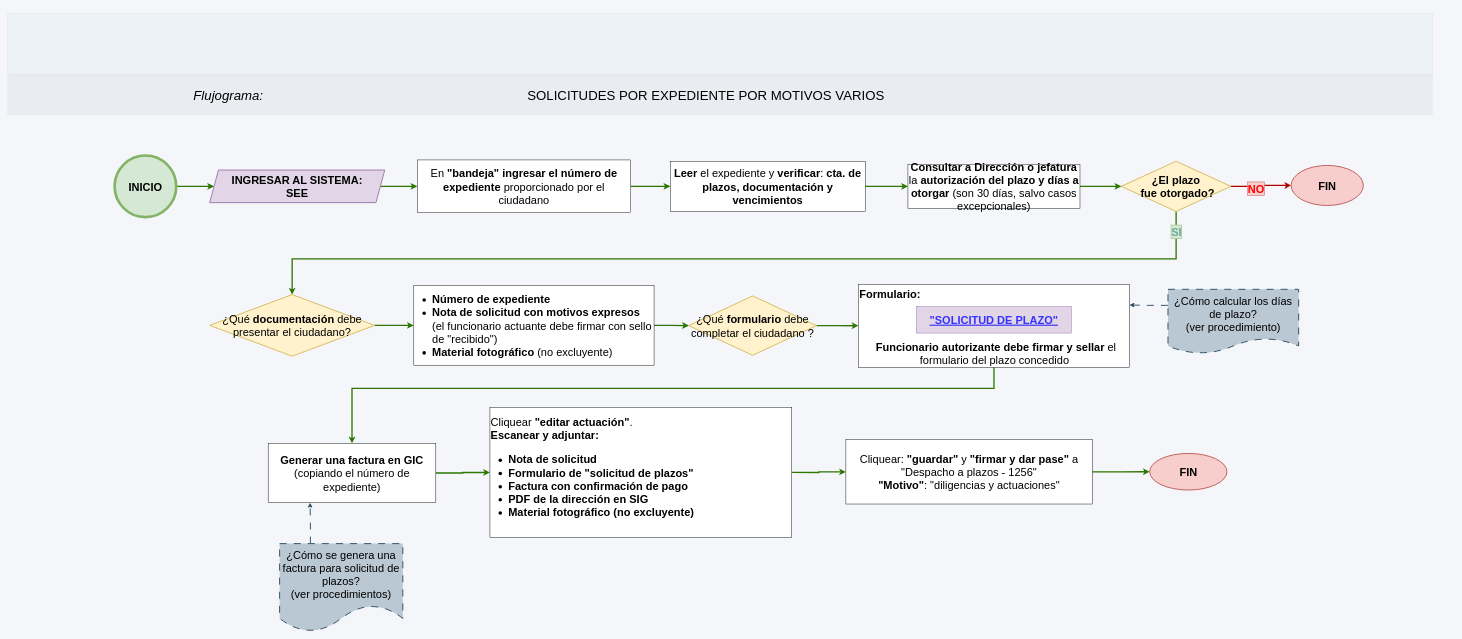
Earlier version of the draw.io diagram page "Plazos (motivos varios)" (1 of 3) of PLAZOS_motivos_varios/Plazo por motivos varios.drawio (adlc20/Manual_de_procedimientos_ccz9). Source tidied: cells renumbered, new cells numbered last; positions are measured from the earlier drawing's top-left corner, leaving out a move shared by most shapes. Both pictures are drawn from the tidied source at 44%, with x=0, y=0 at pixel (7, 13).
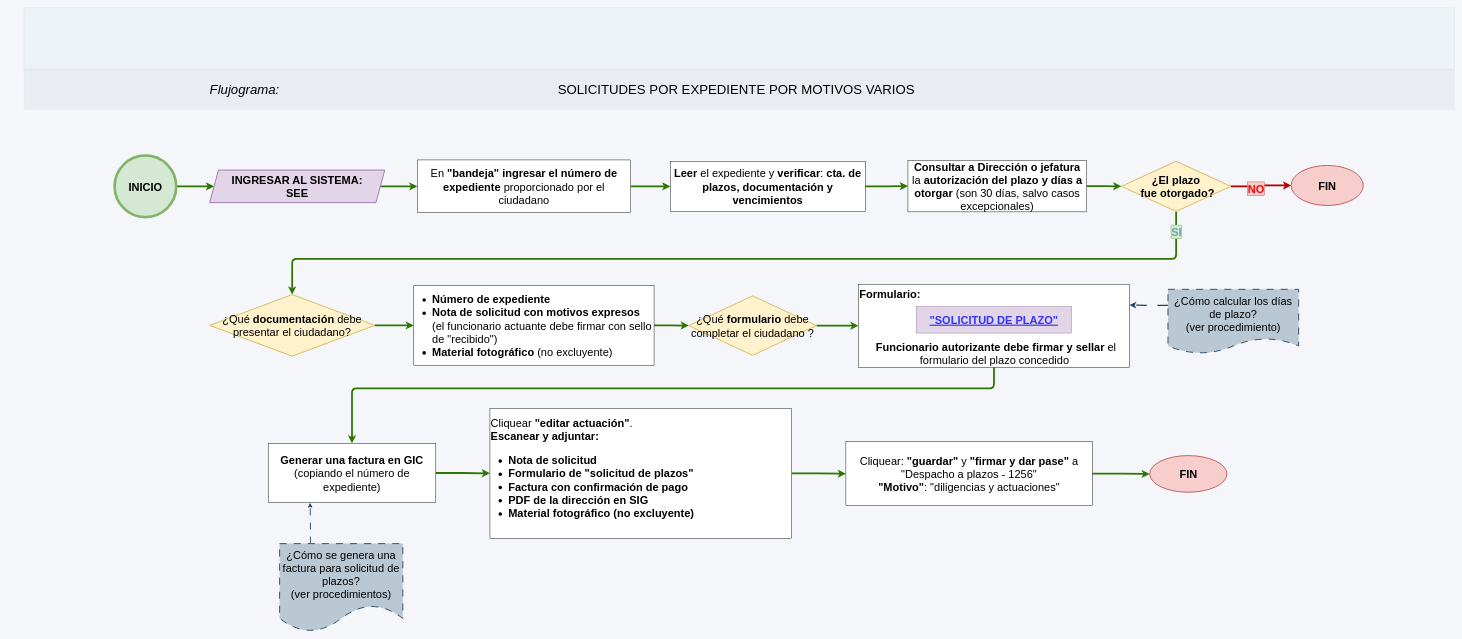
The same page after the edit.

Unchanged cells that the change refers to:
```xml
<mxCell id="7" value="&lt;font&gt;INICIO&lt;/font&gt;" style="ellipse;whiteSpace=wrap;html=1;fillColor=#d5e8d4;strokeColor=#82b366;strokeWidth=6;fontStyle=1;fontSize=25;" parent="1" vertex="1">
  <mxGeometry x="243" y="323" width="140" height="140" as="geometry" />
</mxCell>
<mxCell id="9" value="&lt;span&gt;&lt;b&gt;INGRESAR AL SISTEMA:&lt;/b&gt;&lt;/span&gt;&lt;div&gt;&lt;span&gt;&lt;b&gt;SEE&lt;/b&gt;&lt;/span&gt;&lt;/div&gt;" style="shape=parallelogram;perimeter=parallelogramPerimeter;whiteSpace=wrap;html=1;fixedSize=1;fillColor=#e1d5e7;strokeColor=#9673a6;strokeWidth=2;fontSize=25;" parent="1" vertex="1">
  <mxGeometry x="459" y="356" width="398" height="74" as="geometry" />
</mxCell>
<mxCell id="11" value="&lt;ul&gt;&lt;li&gt;&lt;font&gt;&lt;b&gt;Número de expediente&lt;/b&gt;&lt;/font&gt;&lt;/li&gt;&lt;li&gt;&lt;font&gt;&lt;b&gt;Nota de solicitud con motivos expresos &lt;/b&gt;(el funcionario actuante debe firmar con sello de &quot;recibido&quot;)&lt;/font&gt;&lt;/li&gt;&lt;li&gt;&lt;font&gt;&lt;b&gt;Material fotográfico &lt;/b&gt;(no excluyente)&lt;/font&gt;&lt;/li&gt;&lt;/ul&gt;" style="rounded=0;whiteSpace=wrap;html=1;align=left;fontSize=25;" parent="1" vertex="1">
  <mxGeometry x="923" y="618.5" width="546" height="181" as="geometry" />
</mxCell>
<mxCell id="13" value="&lt;font&gt;¿Qué &lt;b&gt;documentación&lt;/b&gt; debe presentar el ciudadano?&lt;/font&gt;" style="rhombus;whiteSpace=wrap;html=1;shapeInside=1;fillColor=#fff2cc;strokeColor=#d6b656;strokeWidth=2;align=center;fontSize=25;" parent="1" vertex="1">
  <mxGeometry x="459" y="639" width="375" height="140" as="geometry" />
</mxCell>
<mxCell id="15" value="&lt;span&gt;¿Qué&amp;nbsp;&lt;b&gt;formulario &lt;/b&gt;debe completar el ciudadano ?&lt;/span&gt;" style="rhombus;whiteSpace=wrap;html=1;fillColor=#fff2cc;strokeColor=#d6b656;strokeWidth=2;fontSize=25;" parent="1" vertex="1">
  <mxGeometry x="1548" y="642" width="290" height="135" as="geometry" />
</mxCell>
<mxCell id="17" value="&lt;b&gt;&lt;font&gt;Formulario&lt;/font&gt;:&lt;/b&gt;&lt;div&gt;&lt;br&gt;&lt;/div&gt;&lt;div style=&quot;text-align: center;&quot;&gt;&lt;br&gt;&lt;/div&gt;&lt;div style=&quot;text-align: center;&quot;&gt;&lt;br&gt;&lt;/div&gt;&lt;div style=&quot;text-align: center;&quot;&gt;&lt;span style=&quot;background-color: transparent; color: light-dark(rgb(0, 0, 0), rgb(255, 255, 255));&quot;&gt;&amp;nbsp;&lt;/span&gt;&lt;b style=&quot;background-color: transparent; color: light-dark(rgb(0, 0, 0), rgb(255, 255, 255));&quot;&gt;Funcionario autorizante debe firmar y sellar&lt;/b&gt;&lt;span style=&quot;background-color: transparent; color: light-dark(rgb(0, 0, 0), rgb(255, 255, 255));&quot;&gt; el formulario del plazo concedido&lt;/span&gt;&lt;/div&gt;" style="rounded=0;whiteSpace=wrap;html=1;align=left;verticalAlign=top;fontSize=25;" parent="1" vertex="1">
  <mxGeometry x="1933.5" y="615.5" width="616" height="188.8" as="geometry" />
</mxCell>
<mxCell id="23" value="&lt;span&gt;&lt;b&gt;¿El plazo&lt;/b&gt;&lt;/span&gt;&lt;div&gt;&lt;span&gt;&lt;b&gt;&amp;nbsp;fue otorgado?&lt;/b&gt;&lt;/span&gt;&lt;/div&gt;" style="rhombus;whiteSpace=wrap;html=1;fillColor=#fff2cc;strokeColor=#d6b656;strokeWidth=2;fontSize=25;" parent="1" vertex="1">
  <mxGeometry x="2531" y="336" width="249" height="114" as="geometry" />
</mxCell>
<mxCell id="27" value="&lt;span&gt;&lt;b&gt;Leer &lt;/b&gt;el expediente y &lt;b&gt;verificar&lt;/b&gt;: &lt;b&gt;cta. de plazos, documentación y vencimientos&lt;/b&gt;&lt;/span&gt;" style="rounded=0;whiteSpace=wrap;html=1;fontSize=25;" parent="1" vertex="1">
  <mxGeometry x="1506" y="336" width="443" height="114" as="geometry" />
</mxCell>
<mxCell id="29" value="&lt;div&gt;&lt;span&gt;En&amp;nbsp;&lt;b&gt;&quot;bandeja&quot;&amp;nbsp;ingresar el número de expediente &lt;/b&gt;proporcionado por el ciudadano&lt;/span&gt;&lt;/div&gt;" style="rounded=0;whiteSpace=wrap;html=1;fontSize=25;" parent="1" vertex="1">
  <mxGeometry x="931" y="333" width="485" height="120" as="geometry" />
</mxCell>
<mxCell id="33" value="&lt;span&gt;&lt;b&gt;Generar una factura&lt;/b&gt;&amp;nbsp;&lt;b&gt;en GIC&lt;/b&gt;&lt;/span&gt;&lt;div&gt;&lt;span&gt;(copiando el número de expediente)&lt;/span&gt;&lt;/div&gt;" style="rounded=0;whiteSpace=wrap;html=1;fontSize=25;" parent="1" vertex="1">
  <mxGeometry x="592" y="977" width="381" height="135" as="geometry" />
</mxCell>
<mxCell id="40" value="&lt;font&gt;¿Cómo calcular los días de plazo?&lt;/font&gt;&lt;div&gt;&lt;font&gt;(ver procedimiento)&lt;/font&gt;&lt;/div&gt;" style="shape=document;whiteSpace=wrap;html=1;boundedLbl=1;fillColor=#bac8d3;strokeColor=#23445d;strokeWidth=2;dashed=1;dashPattern=8 8;size=0.23636363636363636;fontSize=25;" parent="1" vertex="1">
  <mxGeometry x="2637" y="627" width="297" height="146" as="geometry" />
</mxCell>
<mxCell id="41" value="&lt;font&gt;&lt;b&gt;FIN&lt;/b&gt;&lt;/font&gt;" style="ellipse;whiteSpace=wrap;html=1;shapeInside=1;fillColor=#f8cecc;strokeColor=#b85450;strokeWidth=2;fontSize=25;" parent="1" vertex="1">
  <mxGeometry x="2917" y="345.5" width="164" height="91" as="geometry" />
</mxCell>
```

Change to the diagram source:
```diff
@@
     <mxCell id="2" style="verticalLabelPosition=bottom;verticalAlign=middle;html=1;shape=mxgraph.basic.patternFillRect;step=5;fillStrokeWidth=0.2;fillStrokeColor=#dddddd;fillColor=#EDF2F7;strokeWidth=0;dashed=1;dashPattern=1 4;rounded=1;align=center;fontFamily=Helvetica;fontSize=12;fontColor=#2D3748;" parent="1" vertex="1">
-      <mxGeometry width="3238" height="140" as="geometry" />
+      <mxGeometry x="37" y="-13" width="3251" height="140" as="geometry" />
     </mxCell>
     <mxCell id="3" style="verticalLabelPosition=bottom;verticalAlign=top;html=1;shape=mxgraph.basic.patternFillRect;fillStyle=auto;step=5;fillStrokeWidth=0.2;fillStrokeColor=#dddddd;fillColor=#E0E5EB;strokeWidth=0;strokeColor=default;opacity=50;fontColor=#ffffff;shadow=0;comic=0;align=center;fontFamily=Helvetica;fontSize=12;gradientColor=none;" parent="1" vertex="1">
-      <mxGeometry y="140" width="3238" height="91" as="geometry" />
+      <mxGeometry x="37" y="127" width="3251" height="91" as="geometry" />
     </mxCell>
     <mxCell id="4" value="&lt;font style=&quot;font-size: 30px;&quot;&gt;&lt;i style=&quot;&quot;&gt;Flujograma:&lt;/i&gt;&lt;/font&gt;" style="text;html=1;whiteSpace=wrap;strokeColor=none;fillColor=none;align=center;verticalAlign=middle;rounded=0;" parent="1" vertex="1">
-      <mxGeometry x="353" y="170.5" width="297" height="30" as="geometry" />
+      <mxGeometry x="390" y="157.5" width="297" height="30" as="geometry" />
     </mxCell>
     <mxCell id="5" value="&lt;font style=&quot;font-size: 30px;&quot;&gt;SOLICITUDES POR EXPEDIENTE POR MOTIVOS VARIOS&lt;/font&gt;" style="text;html=1;whiteSpace=wrap;strokeColor=none;fillColor=none;align=center;verticalAlign=middle;rounded=0;" parent="1" vertex="1">
-      <mxGeometry x="1144" y="161.5" width="886" height="50" as="geometry" />
+      <mxGeometry x="1213" y="147.5" width="886" height="50" as="geometry" />
     </mxCell>
-    <mxCell id="6" style="edgeStyle=orthogonalEdgeStyle;rounded=0;jettySize=auto;html=1;exitX=1;exitY=0.5;exitDx=0;exitDy=0;fillColor=#60a917;strokeColor=#2D7600;strokeWidth=3;fontSize=25;" parent="1" edge="1" source="7" target="9">
+    <mxCell id="6" style="edgeStyle=orthogonalEdgeStyle;rounded=0;jettySize=auto;html=1;exitX=1;exitY=0.5;exitDx=0;exitDy=0;fillColor=#60a917;strokeColor=#2D7600;strokeWidth=4;fontSize=25;" parent="1" edge="1" source="7" target="9">
       <mxGeometry relative="1" as="geometry" />
     </mxCell>
@@
-    <mxCell id="8" style="edgeStyle=orthogonalEdgeStyle;rounded=0;jettySize=auto;html=1;exitX=1;exitY=0.5;exitDx=0;exitDy=0;fillColor=#60a917;strokeColor=#2D7600;strokeWidth=3;fontSize=25;" parent="1" edge="1" source="9" target="29">
+    <mxCell id="8" style="edgeStyle=orthogonalEdgeStyle;rounded=0;jettySize=auto;html=1;exitX=1;exitY=0.5;exitDx=0;exitDy=0;fillColor=#60a917;strokeColor=#2D7600;strokeWidth=4;fontSize=25;" parent="1" edge="1" source="9" target="29">
       <mxGeometry relative="1" as="geometry" />
     </mxCell>
@@
-    <mxCell id="10" style="edgeStyle=orthogonalEdgeStyle;rounded=0;jettySize=auto;html=1;exitX=1;exitY=0.5;exitDx=0;exitDy=0;entryX=0;entryY=0.5;entryDx=0;entryDy=0;fillColor=#60a917;strokeColor=#2D7600;strokeWidth=3;fontSize=25;" parent="1" edge="1" source="11" target="15">
+    <mxCell id="10" style="edgeStyle=orthogonalEdgeStyle;rounded=0;jettySize=auto;html=1;exitX=1;exitY=0.5;exitDx=0;exitDy=0;entryX=0;entryY=0.5;entryDx=0;entryDy=0;fillColor=#60a917;strokeColor=#2D7600;strokeWidth=4;fontSize=25;" parent="1" edge="1" source="11" target="15">
       <mxGeometry relative="1" as="geometry" />
     </mxCell>
@@
-    <mxCell id="12" style="edgeStyle=orthogonalEdgeStyle;rounded=0;jettySize=auto;html=1;exitX=1;exitY=0.5;exitDx=0;exitDy=0;fillColor=#60a917;strokeColor=#2D7600;strokeWidth=3;entryX=0;entryY=0.5;entryDx=0;entryDy=0;fontSize=25;" parent="1" edge="1" source="13" target="11">
+    <mxCell id="12" style="edgeStyle=orthogonalEdgeStyle;rounded=0;jettySize=auto;html=1;exitX=1;exitY=0.5;exitDx=0;exitDy=0;fillColor=#60a917;strokeColor=#2D7600;strokeWidth=4;entryX=0;entryY=0.5;entryDx=0;entryDy=0;fontSize=25;" parent="1" edge="1" source="13" target="11">
       <mxGeometry relative="1" as="geometry" />
     </mxCell>
@@
-    <mxCell id="14" style="edgeStyle=orthogonalEdgeStyle;rounded=0;jettySize=auto;html=1;exitX=1;exitY=0.5;exitDx=0;exitDy=0;entryX=0;entryY=0.5;entryDx=0;entryDy=0;fillColor=#60a917;strokeColor=#2D7600;strokeWidth=3;fontSize=25;" parent="1" edge="1" source="15" target="17">
+    <mxCell id="14" style="edgeStyle=orthogonalEdgeStyle;rounded=0;jettySize=auto;html=1;exitX=1;exitY=0.5;exitDx=0;exitDy=0;entryX=0;entryY=0.5;entryDx=0;entryDy=0;fillColor=#60a917;strokeColor=#2D7600;strokeWidth=4;fontSize=25;" parent="1" edge="1" source="15" target="17">
       <mxGeometry relative="1" as="geometry" />
     </mxCell>
@@
-    <mxCell id="16" style="edgeStyle=orthogonalEdgeStyle;rounded=0;jettySize=auto;html=1;exitX=0.5;exitY=1;exitDx=0;exitDy=0;fillColor=#60a917;strokeColor=#2D7600;strokeWidth=3;entryX=0.5;entryY=0;entryDx=0;entryDy=0;fontSize=25;" parent="1" edge="1" source="17" target="33">
+    <mxCell id="16" style="edgeStyle=orthogonalEdgeStyle;rounded=1;jettySize=auto;html=1;exitX=0.5;exitY=1;exitDx=0;exitDy=0;fillColor=#60a917;strokeColor=#2D7600;strokeWidth=4;entryX=0.5;entryY=0;entryDx=0;entryDy=0;fontSize=25;curved=0;" parent="1" edge="1" source="17" target="33">
       <mxGeometry relative="1" as="geometry">
         <Array as="points">
           <mxPoint x="2241.5" y="852.2" />
           <mxPoint x="782.5" y="852.2" />
         </Array>
       </mxGeometry>
     </mxCell>
@@
-    <mxCell id="19" style="edgeStyle=orthogonalEdgeStyle;rounded=0;jettySize=auto;html=1;exitX=1;exitY=0.5;exitDx=0;exitDy=0;fillColor=#e51400;strokeColor=#B20000;strokeWidth=3;entryX=0;entryY=0.5;entryDx=0;entryDy=0;fontSize=25;" parent="1" edge="1" source="23" target="41">
+    <mxCell id="19" style="edgeStyle=orthogonalEdgeStyle;rounded=0;jettySize=auto;html=1;exitX=1;exitY=0.5;exitDx=0;exitDy=0;fillColor=#e51400;strokeColor=#B20000;strokeWidth=4;entryX=0;entryY=0.5;entryDx=0;entryDy=0;fontSize=25;" parent="1" edge="1" source="23" target="41">
       <mxGeometry relative="1" as="geometry" />
     </mxCell>
@@
-    <mxCell id="21" style="edgeStyle=orthogonalEdgeStyle;rounded=0;jettySize=auto;html=1;exitX=0.5;exitY=1;exitDx=0;exitDy=0;fillColor=#60a917;strokeColor=#2D7600;strokeWidth=3;entryX=0.5;entryY=0;entryDx=0;entryDy=0;fontSize=25;" parent="1" edge="1" source="23" target="13">
+    <mxCell id="21" style="edgeStyle=orthogonalEdgeStyle;rounded=1;jettySize=auto;html=1;exitX=0.5;exitY=1;exitDx=0;exitDy=0;fillColor=#60a917;strokeColor=#2D7600;strokeWidth=4;entryX=0.5;entryY=0;entryDx=0;entryDy=0;fontSize=25;curved=0;" parent="1" edge="1" source="23" target="13">
       <mxGeometry relative="1" as="geometry">
         <Array as="points">
           <mxPoint x="2655.5" y="557.8" />
           <mxPoint x="646.5" y="557.8" />
         </Array>
       </mxGeometry>
     </mxCell>
@@
-    <mxCell id="24" style="edgeStyle=orthogonalEdgeStyle;rounded=0;jettySize=auto;html=1;exitX=1;exitY=0.5;exitDx=0;exitDy=0;fillColor=#60a917;strokeColor=#2D7600;strokeWidth=3;fontSize=25;" parent="1" edge="1" source="25" target="23">
+    <mxCell id="24" style="edgeStyle=orthogonalEdgeStyle;rounded=0;jettySize=auto;html=1;exitX=1;exitY=0.5;exitDx=0;exitDy=0;fillColor=#60a917;strokeColor=#2D7600;strokeWidth=4;fontSize=25;" parent="1" edge="1" source="25" target="23">
       <mxGeometry relative="1" as="geometry" />
     </mxCell>
     <mxCell id="25" value="&lt;span&gt;&lt;b&gt;Consultar a Dirección o jefatura&lt;/b&gt; la &lt;b&gt;autorización del plazo&lt;/b&gt; &lt;b&gt;y días a otorgar&lt;/b&gt; (son 30 días, salvo casos excepcionales)&lt;/span&gt;" style="rounded=0;whiteSpace=wrap;html=1;fontSize=25;" parent="1" vertex="1">
-      <mxGeometry x="2046" y="343" width="391" height="100" as="geometry" />
+      <mxGeometry x="2046" y="334" width="406" height="117" as="geometry" />
     </mxCell>
-    <mxCell id="26" style="edgeStyle=orthogonalEdgeStyle;rounded=0;jettySize=auto;html=1;exitX=1;exitY=0.5;exitDx=0;exitDy=0;fillColor=#60a917;strokeColor=#2D7600;strokeWidth=3;fontSize=25;" parent="1" edge="1" source="27" target="25">
+    <mxCell id="26" style="edgeStyle=orthogonalEdgeStyle;rounded=0;jettySize=auto;html=1;exitX=1;exitY=0.5;exitDx=0;exitDy=0;fillColor=#60a917;strokeColor=#2D7600;strokeWidth=4;fontSize=25;" parent="1" edge="1" source="27" target="25">
       <mxGeometry relative="1" as="geometry" />
     </mxCell>
@@
-    <mxCell id="28" style="edgeStyle=orthogonalEdgeStyle;rounded=0;jettySize=auto;html=1;exitX=1;exitY=0.5;exitDx=0;exitDy=0;fillColor=#60a917;strokeColor=#2D7600;strokeWidth=3;fontSize=25;" parent="1" edge="1" source="29" target="27">
+    <mxCell id="28" style="edgeStyle=orthogonalEdgeStyle;rounded=0;jettySize=auto;html=1;exitX=1;exitY=0.5;exitDx=0;exitDy=0;fillColor=#60a917;strokeColor=#2D7600;strokeWidth=4;fontSize=25;" parent="1" edge="1" source="29" target="27">
       <mxGeometry relative="1" as="geometry" />
     </mxCell>
@@
-    <mxCell id="30" style="edgeStyle=orthogonalEdgeStyle;rounded=0;jettySize=auto;html=1;exitX=1;exitY=0.5;exitDx=0;exitDy=0;fillColor=#60a917;strokeColor=#2D7600;strokeWidth=3;entryX=0;entryY=0.5;entryDx=0;entryDy=0;fontSize=25;" parent="1" edge="1" source="31" target="35">
+    <mxCell id="30" style="edgeStyle=orthogonalEdgeStyle;rounded=0;jettySize=auto;html=1;exitX=1;exitY=0.5;exitDx=0;exitDy=0;fillColor=#60a917;strokeColor=#2D7600;strokeWidth=4;entryX=0;entryY=0.5;entryDx=0;entryDy=0;fontSize=25;" parent="1" edge="1" source="31" target="35">
       <mxGeometry relative="1" as="geometry" />
     </mxCell>
     <mxCell id="31" value="&lt;span&gt;Cliquear &lt;b&gt;&quot;editar actuación&quot;&lt;/b&gt;.&lt;/span&gt;&lt;div&gt;&lt;font&gt;&lt;b&gt;Escanear y adjuntar:&lt;/b&gt;&lt;/font&gt;&lt;/div&gt;&lt;div&gt;&lt;ul&gt;&lt;li&gt;&lt;span&gt;&lt;b&gt;Nota de solicitud&amp;nbsp;&lt;/b&gt;&lt;/span&gt;&lt;/li&gt;&lt;li&gt;&lt;span&gt;&lt;b&gt;Formulario de &quot;solicitud de plazos&quot;&lt;/b&gt;&lt;/span&gt;&lt;/li&gt;&lt;li&gt;&lt;span&gt;&lt;b&gt;Factura con confirmación de pago&lt;/b&gt;&lt;/span&gt;&lt;/li&gt;&lt;li&gt;&lt;span&gt;&lt;b&gt;PDF de la dirección en SIG&lt;/b&gt;&lt;/span&gt;&lt;/li&gt;&lt;li&gt;&lt;span&gt;&lt;b&gt;Material fotográfico (no excluyente)&lt;/b&gt;&lt;/span&gt;&lt;/li&gt;&lt;/ul&gt;&lt;/div&gt;" style="rounded=0;whiteSpace=wrap;html=1;align=left;fontSize=25;" parent="1" vertex="1">
-      <mxGeometry x="1096" y="895.5" width="686" height="295.5" as="geometry" />
+      <mxGeometry x="1096" y="897.5" width="686" height="295.5" as="geometry" />
     </mxCell>
-    <mxCell id="32" style="edgeStyle=orthogonalEdgeStyle;rounded=0;jettySize=auto;html=1;exitX=1;exitY=0.5;exitDx=0;exitDy=0;fillColor=#60a917;strokeColor=#2D7600;strokeWidth=3;fontSize=25;" parent="1" edge="1" source="33" target="31">
+    <mxCell id="32" style="edgeStyle=orthogonalEdgeStyle;rounded=0;jettySize=auto;html=1;exitX=1;exitY=0.5;exitDx=0;exitDy=0;fillColor=#60a917;strokeColor=#2D7600;strokeWidth=4;fontSize=25;" parent="1" edge="1" source="33" target="31">
       <mxGeometry relative="1" as="geometry" />
     </mxCell>
@@
-    <mxCell id="34" style="edgeStyle=orthogonalEdgeStyle;rounded=0;jettySize=auto;html=1;exitX=1;exitY=0.5;exitDx=0;exitDy=0;entryX=0;entryY=0.5;entryDx=0;entryDy=0;fillColor=#60a917;strokeColor=#2D7600;strokeWidth=3;fontSize=25;" parent="1" edge="1" source="35" target="36">
+    <mxCell id="34" style="edgeStyle=orthogonalEdgeStyle;rounded=0;jettySize=auto;html=1;exitX=1;exitY=0.5;exitDx=0;exitDy=0;entryX=0;entryY=0.5;entryDx=0;entryDy=0;fillColor=#60a917;strokeColor=#2D7600;strokeWidth=4;fontSize=25;" parent="1" edge="1" source="35" target="36">
       <mxGeometry relative="1" as="geometry" />
     </mxCell>
     <mxCell id="35" value="&lt;span&gt;Cliquear: &lt;b&gt;&quot;guardar&quot;&lt;/b&gt; y &lt;b&gt;&quot;firmar y dar pase&quot;&lt;/b&gt; a &quot;Despacho a plazos - 1256&quot;&lt;/span&gt;&lt;div&gt;&lt;font&gt;&lt;b&gt;&quot;Motivo&quot;&lt;/b&gt;: &quot;diligencias y actuaciones&quot;&lt;/font&gt;&lt;/div&gt;" style="rounded=0;whiteSpace=wrap;html=1;fontSize=25;" parent="1" vertex="1">
-      <mxGeometry x="1905" y="969" width="560" height="146" as="geometry" />
+      <mxGeometry x="1905" y="973" width="560" height="146" as="geometry" />
     </mxCell>
     <mxCell id="36" value="&lt;font&gt;&lt;b&gt;FIN&lt;/b&gt;&lt;/font&gt;" style="ellipse;whiteSpace=wrap;html=1;shapeInside=1;fillColor=#f8cecc;strokeColor=#b85450;strokeWidth=2;fontSize=25;" parent="1" vertex="1">
-      <mxGeometry x="2595.5" y="1000" width="175.5" height="83.2" as="geometry" />
+      <mxGeometry x="2595.5" y="1005" width="175.5" height="83.2" as="geometry" />
     </mxCell>
@@
-    <mxCell id="39" style="edgeStyle=orthogonalEdgeStyle;rounded=0;jettySize=auto;html=1;exitX=0;exitY=0.25;exitDx=0;exitDy=0;entryX=1;entryY=0.25;entryDx=0;entryDy=0;fillColor=#bac8d3;strokeColor=#23445d;strokeWidth=2;dashed=1;dashPattern=8 8;fontSize=25;" parent="1" edge="1" source="40" target="17">
+    <mxCell id="39" style="edgeStyle=orthogonalEdgeStyle;rounded=0;jettySize=auto;html=1;exitX=0;exitY=0.25;exitDx=0;exitDy=0;entryX=1;entryY=0.25;entryDx=0;entryDy=0;fillColor=#bac8d3;strokeColor=#23445d;strokeWidth=3;dashed=1;dashPattern=8 8;fontSize=25;" parent="1" edge="1" source="40" target="17">
       <mxGeometry relative="1" as="geometry" />
     </mxCell>
```
